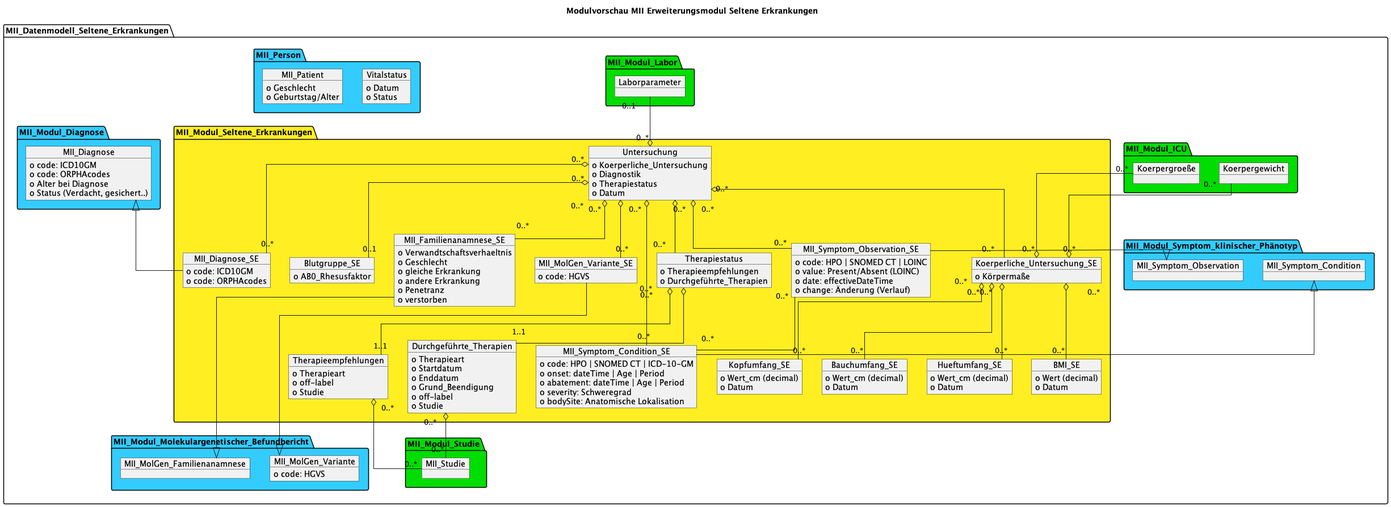
Earlier version of the PlantUML export information-model/MII_Datenmodell_Seltene_Erkrankungen_logisch.png (medizininformatik-initiative/kerndatensatzmodul-seltene-erkrankungen).
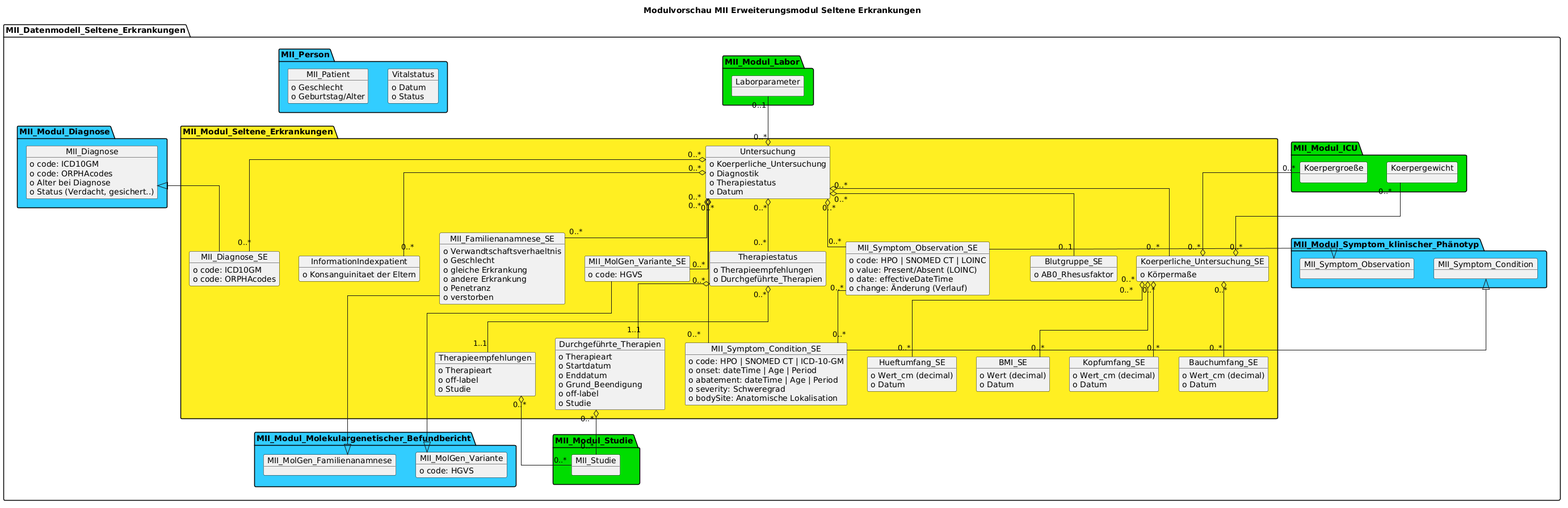
After the commit.

The edit, as a diff of the source:
```diff
@@ -1,4 +1,4 @@
-@startuml "MII_Datenmodell_Seltene_Erkrankungen_logisch"
+@startuml
 skinparam Linetype ortho
 
 title Modulvorschau MII Erweiterungsmodul Seltene Erkrankungen
@@ -100,6 +100,9 @@
     object Blutgruppe_SE {
       o AB0_Rhesusfaktor
     }
+    object InformationIndexpatient {
+      o Konsanguinitaet der Eltern
+    }
   }
   package "MII_Modul_ICU" #00DD00{
     object Koerpergewicht
@@ -147,12 +150,11 @@
   Untersuchung "0..*" o-- "0..1" Blutgruppe_SE
   Untersuchung "0..*" o-- "0..*" MII_Symptom_Condition_SE
   Untersuchung "0..*" o-- "0..*" Therapiestatus
+  Untersuchung "0..*" o-- "0..*" InformationIndexpatient
   Therapiestatus "0..*" o-down- "1..1" Therapieempfehlungen
   Therapiestatus "0..*" o-down- "1..1" Durchgeführte_Therapien
   Therapieempfehlungen "0..*" o-down- "0..*" MII_Studie
   Durchgeführte_Therapien "0..*" o-down- "0..*" MII_Studie
 
 }
-
-
 @enduml
```
